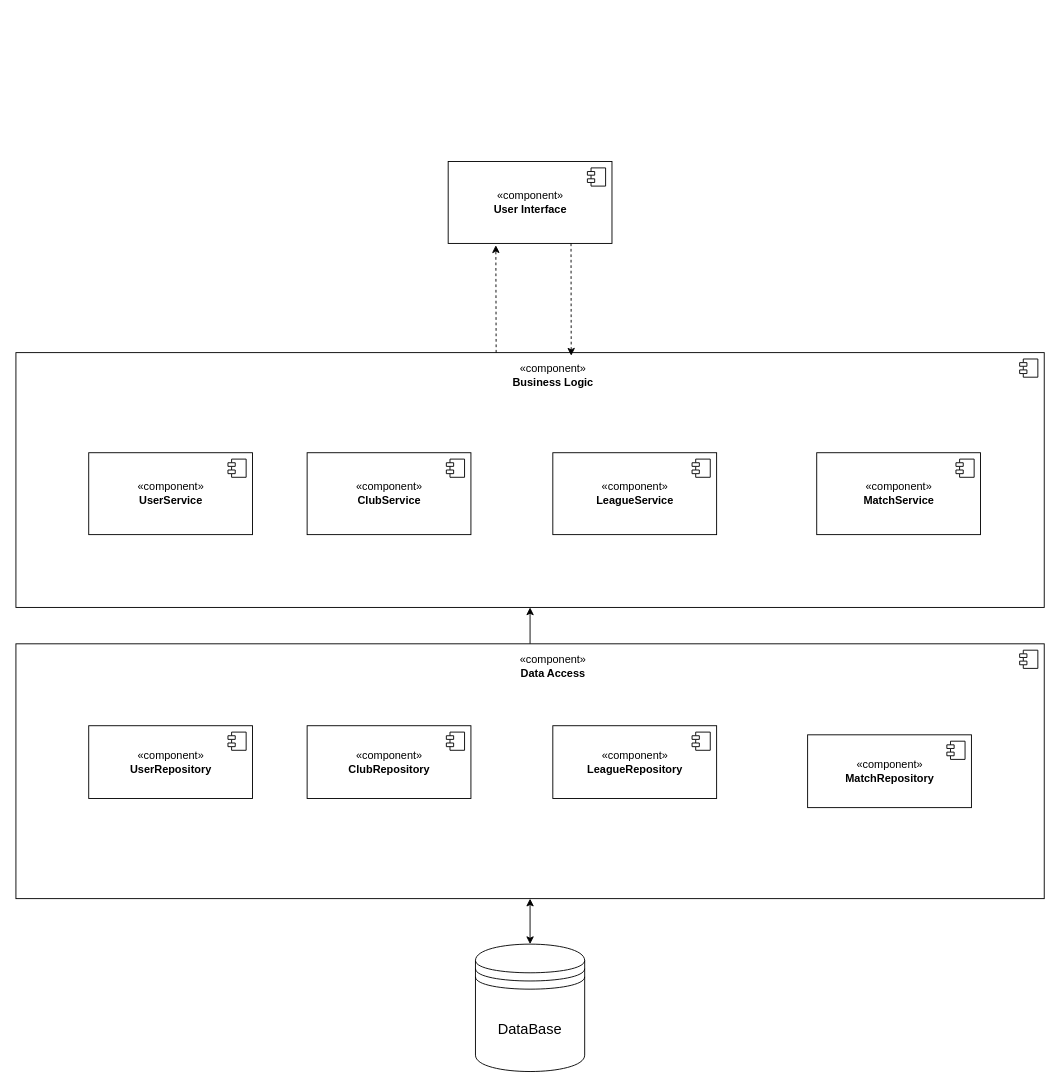
Earlier version of the draw.io diagram page "UML компонентов" (1 of 2) of lab_01/uml.drawio (hieubichpro/BMSTU-Web). Source tidied: cells renumbered, new cells numbered last; positions are measured from the earlier drawing's top-left corner, leaving out a move shared by most shapes. Both pictures are drawn from the tidied source at 91%, with x=0, y=0 at pixel (15, 161).
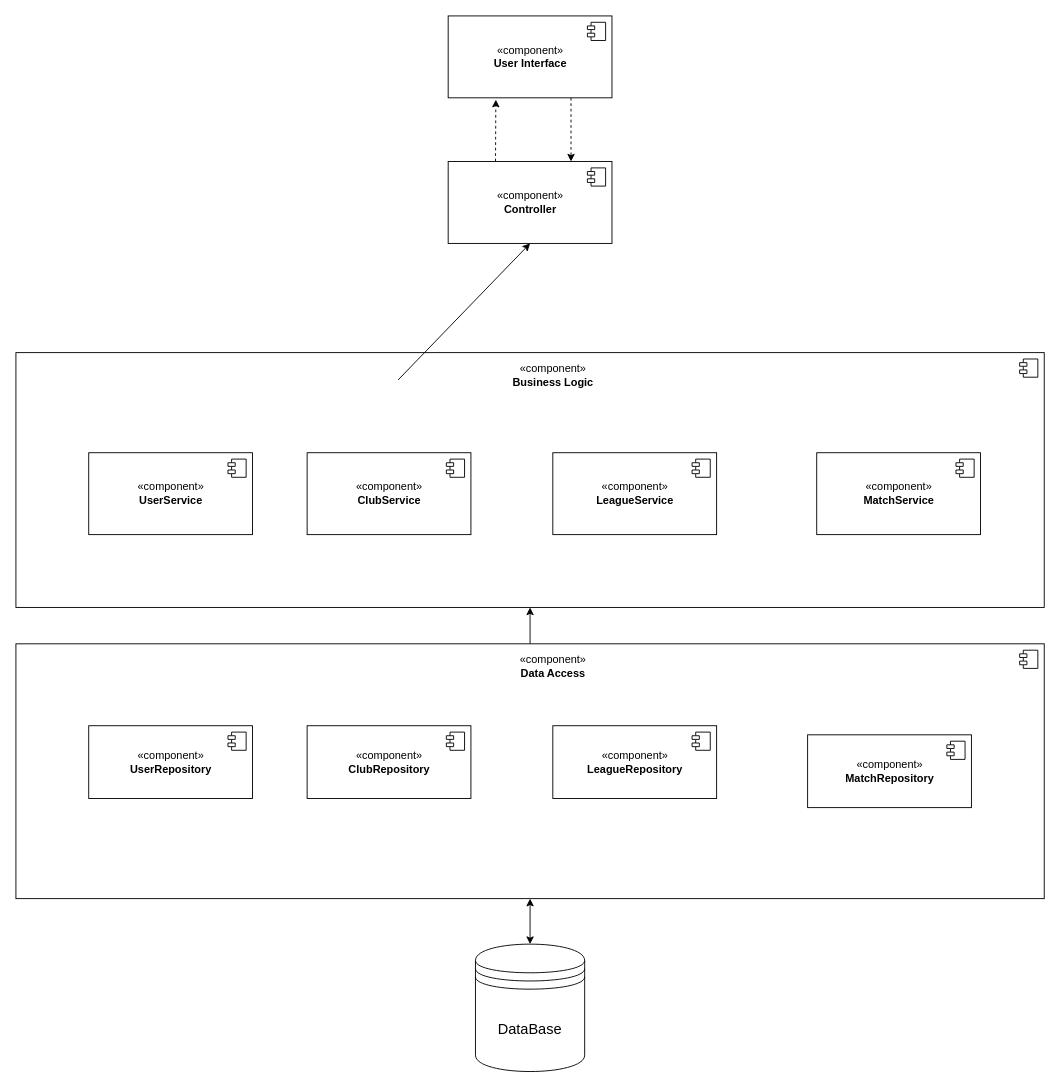
The same page after the edit.

Unchanged cells that the change refers to:
```xml
<mxCell id="4" style="html=1;labelBackgroundColor=none;fontColor=default;" parent="1" vertex="1">
  <mxGeometry y="210" width="1130" height="280" as="geometry" />
</mxCell>
```

Diff of the diagram source:
```diff
@@
     <mxCell id="2" value="«component»&lt;br&gt;&lt;b&gt;User Interface&lt;/b&gt;" style="html=1;labelBackgroundColor=none;fontColor=default;" parent="1" vertex="1">
-      <mxGeometry x="475" width="180" height="90" as="geometry" />
+      <mxGeometry x="475" y="-160" width="180" height="90" as="geometry" />
     </mxCell>
@@
-    <mxCell id="29" style="endArrow=classic;html=1;rounded=0;entryX=0.291;entryY=1.022;entryDx=0;entryDy=0;exitX=0.467;exitY=0;exitDx=0;exitDy=0;dashed=1;exitPerimeter=0;entryPerimeter=0;" parent="1" edge="1" source="4" target="2">
+    <mxCell id="29" style="endArrow=classic;html=1;rounded=0;entryX=0.291;entryY=1.022;entryDx=0;entryDy=0;exitX=0.289;exitY=-0.002;exitDx=0;exitDy=0;dashed=1;exitPerimeter=0;entryPerimeter=0;" parent="1" edge="1" source="31" target="2">
       <mxGeometry relative="1" as="geometry" />
     </mxCell>
-    <mxCell id="30" style="endArrow=classic;html=1;rounded=0;exitX=0.75;exitY=1;exitDx=0;exitDy=0;dashed=1;entryX=0.54;entryY=0.012;entryDx=0;entryDy=0;entryPerimeter=0;" parent="1" edge="1" source="2" target="4">
+    <mxCell id="30" style="endArrow=classic;html=1;rounded=0;exitX=0.75;exitY=1;exitDx=0;exitDy=0;dashed=1;entryX=0.75;entryY=0;entryDx=0;entryDy=0;" parent="1" edge="1" source="2" target="31">
       <mxGeometry relative="1" as="geometry" />
     </mxCell>
+    <mxCell id="31" value="«component»&lt;br&gt;&lt;b&gt;Controller&lt;/b&gt;" style="html=1;labelBackgroundColor=none;fontColor=default;" parent="1" vertex="1">
+      <mxGeometry x="475" width="180" height="90" as="geometry" />
+    </mxCell>
+    <mxCell id="32" style="shape=module;jettyWidth=8;jettyHeight=4;labelBackgroundColor=none;fontColor=default;" parent="31" vertex="1">
+      <mxGeometry x="1" width="20" height="20" relative="1" as="geometry">
+        <mxPoint x="-27" y="7" as="offset" />
+      </mxGeometry>
+    </mxCell>
+    <mxCell id="33" style="endArrow=classic;html=1;rounded=0;entryX=0.5;entryY=1;entryDx=0;entryDy=0;" parent="1" edge="1" target="31">
+      <mxGeometry relative="1" as="geometry">
+        <mxPoint x="420" y="240" as="sourcePoint" />
+      </mxGeometry>
+    </mxCell>
```
